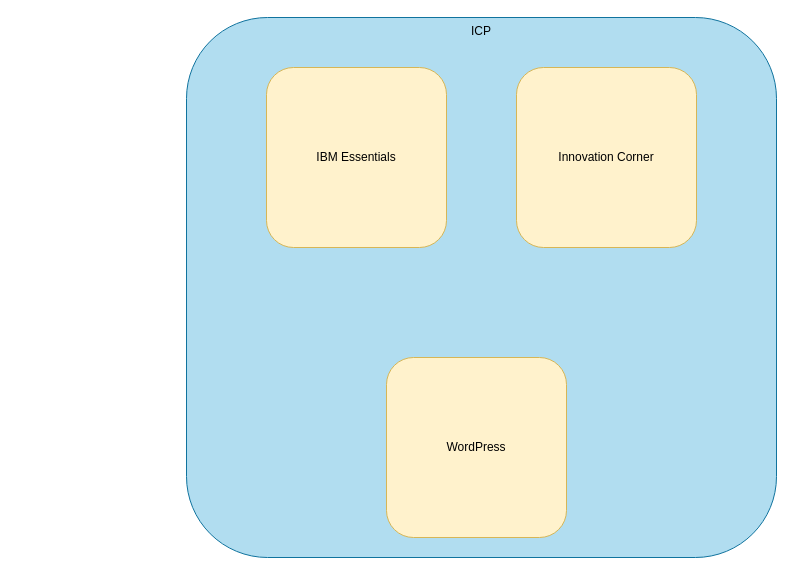
Before: Innovation Corner.drawio in bhagyaravi98/drawings, a draw.io diagram. Source tidied: cells renumbered, new cells numbered last; positions are measured from the earlier drawing's top-left corner, leaving out a move shared by most shapes. Both pictures are drawn from the tidied source at 100%, with x=0, y=0 at pixel (186, 17). Pictures stored in the file or linked from it are replaced by grey dashed boxes.
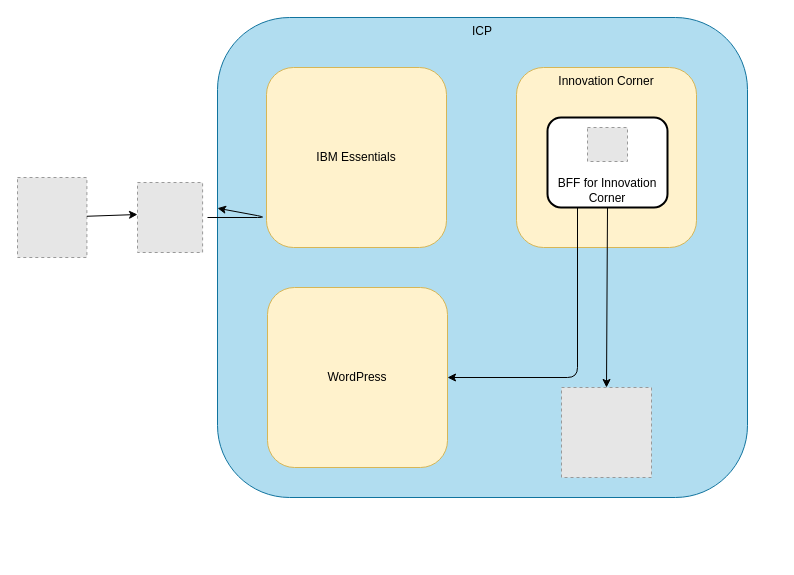
After the change.

Change to the diagram source:
```diff
@@
 <mxGraphModel>
   <root>
     <mxCell id="0" />
     <mxCell id="1" parent="0" />
     <mxCell id="2" value="ICP" style="rounded=1;whiteSpace=wrap;html=1;verticalAlign=top;fillColor=#b1ddf0;strokeColor=#10739e;" parent="1" vertex="1">
-      <mxGeometry width="590" height="540" as="geometry" />
+      <mxGeometry x="31" width="530" height="480" as="geometry" />
     </mxCell>
-    <mxCell id="3" value="Innovation Corner" style="rounded=1;whiteSpace=wrap;html=1;verticalAlign=middle;fillColor=#fff2cc;strokeColor=#d6b656;" parent="1" vertex="1">
+    <mxCell id="3" value="Innovation Corner" style="rounded=1;whiteSpace=wrap;html=1;verticalAlign=top;fillColor=#fff2cc;strokeColor=#d6b656;" parent="1" vertex="1">
       <mxGeometry x="330" y="50" width="180" height="180" as="geometry" />
     </mxCell>
     <mxCell id="4" value="IBM Essentials" style="rounded=1;whiteSpace=wrap;html=1;verticalAlign=middle;fillColor=#fff2cc;strokeColor=#d6b656;" parent="1" vertex="1">
       <mxGeometry x="80" y="50" width="180" height="180" as="geometry" />
     </mxCell>
     <mxCell id="5" value="WordPress" style="rounded=1;whiteSpace=wrap;html=1;verticalAlign=middle;fillColor=#fff2cc;strokeColor=#d6b656;" parent="1" vertex="1">
-      <mxGeometry x="200" y="340" width="180" height="180" as="geometry" />
+      <mxGeometry x="81" y="270" width="180" height="180" as="geometry" />
     </mxCell>
+    <mxCell id="6" style="fillColor=#E6E6E6;strokeColor=#999999;dashed=1;verticalLabelPosition=bottom;verticalAlign=top;" parent="1" vertex="1">
+      <mxGeometry x="375" y="370" width="90" height="90" as="geometry" />
+    </mxCell>
+    <mxCell id="7" style="endArrow=classic;html=1;entryX=0.5;entryY=0;entryDx=0;entryDy=0;exitX=0.5;exitY=1;exitDx=0;exitDy=0;" parent="1" edge="1" source="10" target="6">
+      <mxGeometry relative="1" as="geometry" />
+    </mxCell>
+    <mxCell id="8" style="endArrow=classic;html=1;entryX=1;entryY=0.5;entryDx=0;entryDy=0;exitX=0.25;exitY=1;exitDx=0;exitDy=0;" parent="1" edge="1" source="10" target="5">
+      <mxGeometry relative="1" as="geometry">
+        <Array as="points">
+          <mxPoint x="391" y="360" />
+        </Array>
+      </mxGeometry>
+    </mxCell>
+    <mxCell id="9" style="group;" parent="1" vertex="1">
+      <mxGeometry x="361" y="100" width="120" height="90" as="geometry" />
+    </mxCell>
+    <mxCell id="10" value="BFF for Innovation Corner" style="rounded=1;whiteSpace=wrap;html=1;strokeWidth=2;verticalAlign=bottom;" parent="9" vertex="1">
+      <mxGeometry width="120" height="90" as="geometry" />
+    </mxCell>
+    <mxCell id="11" style="fillColor=#E6E6E6;strokeColor=#999999;dashed=1;verticalLabelPosition=bottom;verticalAlign=top;" parent="9" vertex="1">
+      <mxGeometry x="40" y="10" width="40" height="34" as="geometry" />
+    </mxCell>
+    <mxCell id="12" style="fillColor=#E6E6E6;strokeColor=#999999;dashed=1;verticalLabelPosition=bottom;verticalAlign=top;" parent="1" vertex="1">
+      <mxGeometry x="-169" y="160" width="69.4" height="80" as="geometry" />
+    </mxCell>
+    <mxCell id="13" style="fillColor=#E6E6E6;strokeColor=#999999;dashed=1;verticalLabelPosition=bottom;verticalAlign=top;" parent="1" vertex="1">
+      <mxGeometry x="-49" y="165" width="65.1" height="70" as="geometry" />
+    </mxCell>
+    <mxCell id="14" style="endArrow=classic;html=1;" parent="1" edge="1" source="12">
+      <mxGeometry relative="1" as="geometry">
+        <mxPoint x="-49" y="197" as="targetPoint" />
+      </mxGeometry>
+    </mxCell>
+    <mxCell id="15" style="endArrow=classic;html=1;" parent="1" edge="1" target="2">
+      <mxGeometry relative="1" as="geometry">
+        <mxPoint x="21" y="200" as="sourcePoint" />
+        <Array as="points">
+          <mxPoint x="81" y="200" />
+        </Array>
+      </mxGeometry>
+    </mxCell>
   </root>
 </mxGraphModel>
```
